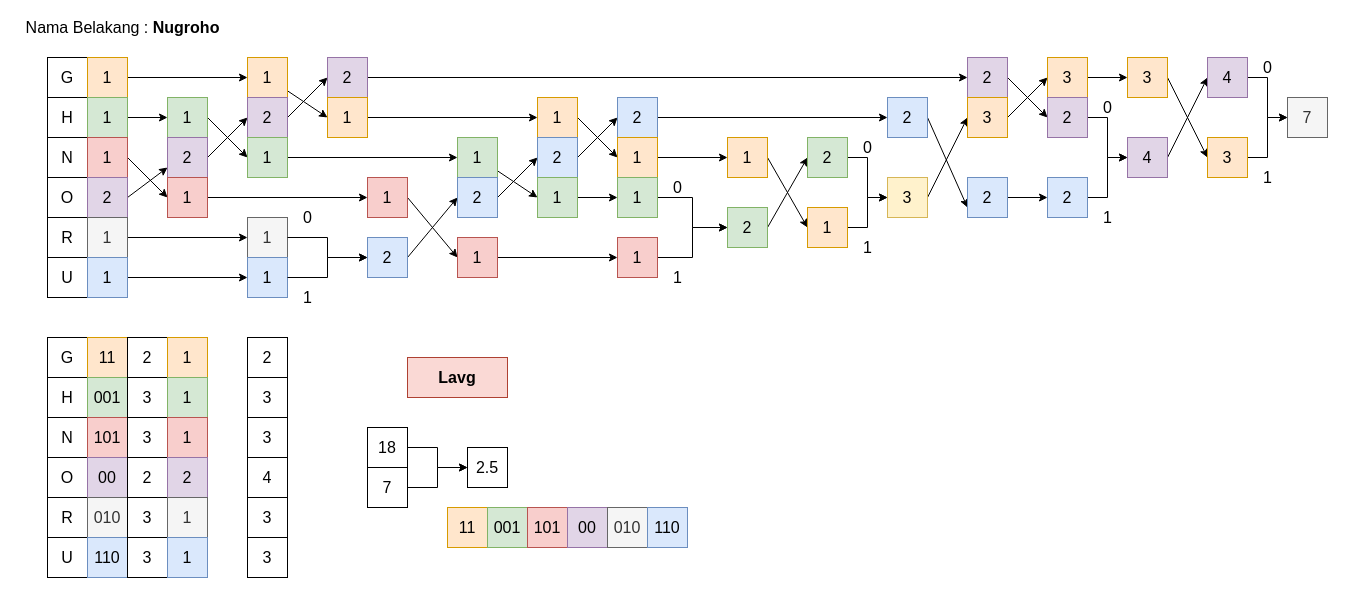
This is page "Nugroho" (3 of 3) of Untitled Diagram.drawio from lukmanprasetyo/Flowchart-Information-Theory, a draw.io file, before an edit. Source tidied: cells renumbered, new cells numbered last; positions are measured from the earlier drawing's top-left corner, leaving out a move shared by most shapes. Both pictures are drawn from the tidied source at 100%, with x=0, y=0 at pixel (17, 17).
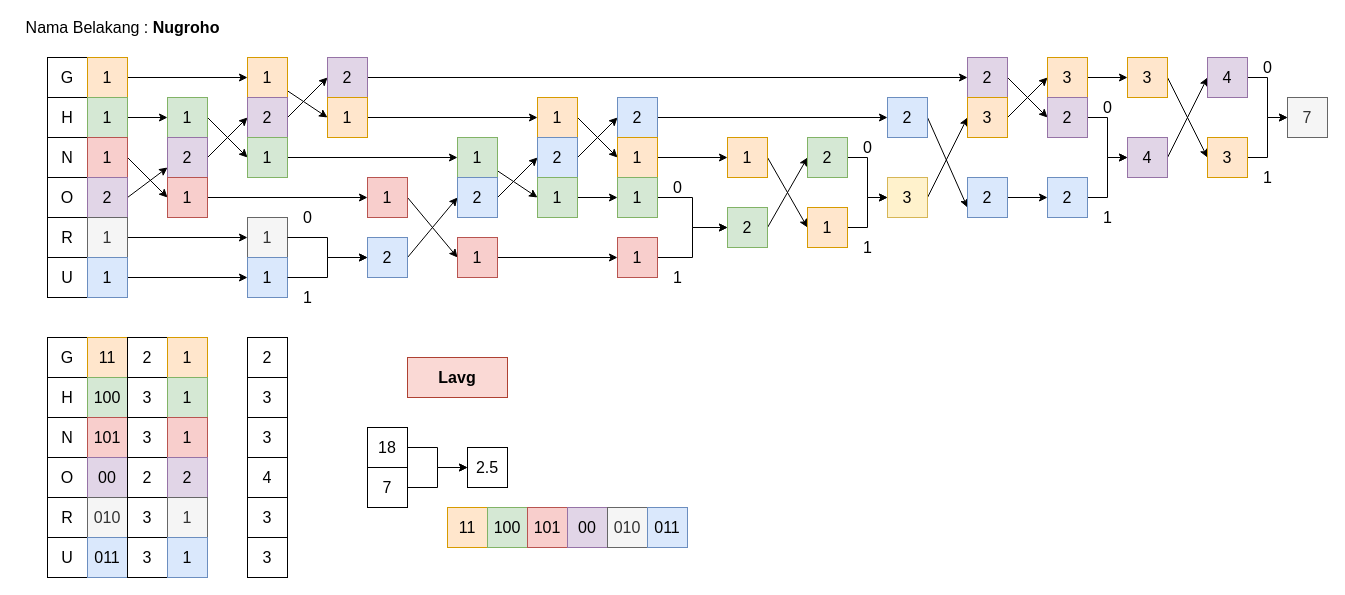
Above is the later version.

Diff of the diagram source:
```diff
@@
-    <mxCell id="105" value="001" style="rounded=0;whiteSpace=wrap;html=1;fontSize=16;fillColor=#d5e8d4;strokeColor=#82b366;" parent="1" vertex="1">
+    <mxCell id="105" value="100" style="rounded=0;whiteSpace=wrap;html=1;fontSize=16;fillColor=#d5e8d4;strokeColor=#82b366;" parent="1" vertex="1">
       <mxGeometry x="70" y="360" width="40" height="40" as="geometry" />
     </mxCell>
@@
-    <mxCell id="109" value="110" style="rounded=0;whiteSpace=wrap;html=1;fontSize=16;fillColor=#dae8fc;strokeColor=#6c8ebf;" parent="1" vertex="1">
+    <mxCell id="109" value="011" style="rounded=0;whiteSpace=wrap;html=1;fontSize=16;fillColor=#dae8fc;strokeColor=#6c8ebf;" parent="1" vertex="1">
       <mxGeometry x="70" y="520" width="40" height="40" as="geometry" />
     </mxCell>
@@
-    <mxCell id="145" value="001" style="rounded=0;whiteSpace=wrap;html=1;fontSize=16;fillColor=#d5e8d4;strokeColor=#82b366;" parent="1" vertex="1">
+    <mxCell id="145" value="100" style="rounded=0;whiteSpace=wrap;html=1;fontSize=16;fillColor=#d5e8d4;strokeColor=#82b366;" parent="1" vertex="1">
       <mxGeometry x="470" y="490" width="40" height="40" as="geometry" />
     </mxCell>
@@
-    <mxCell id="149" value="110" style="rounded=0;whiteSpace=wrap;html=1;fontSize=16;fillColor=#dae8fc;strokeColor=#6c8ebf;" parent="1" vertex="1">
+    <mxCell id="149" value="011" style="rounded=0;whiteSpace=wrap;html=1;fontSize=16;fillColor=#dae8fc;strokeColor=#6c8ebf;" parent="1" vertex="1">
       <mxGeometry x="630" y="490" width="40" height="40" as="geometry" />
     </mxCell>
```
